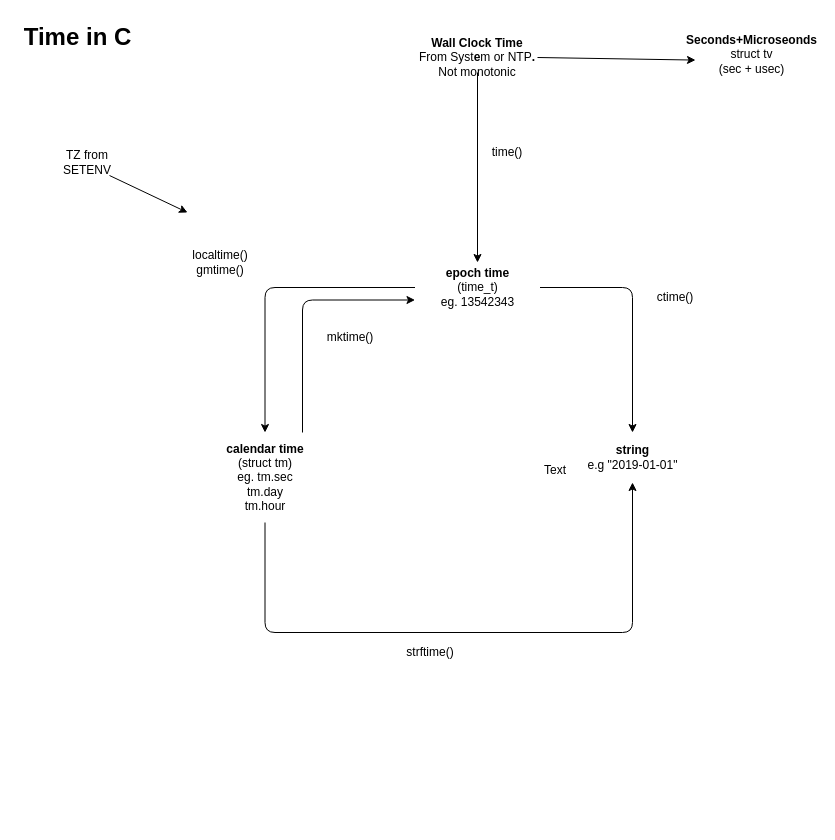
Above: Untitled Diagram.drawio in brettbeeson/esp32blobs (draw.io), before the change. Source tidied: cells renumbered, new cells numbered last; positions are measured from the earlier drawing's top-left corner, leaving out a move shared by most shapes. Both pictures are drawn from the tidied source at 100%, with x=0, y=0 at pixel (27, 17).
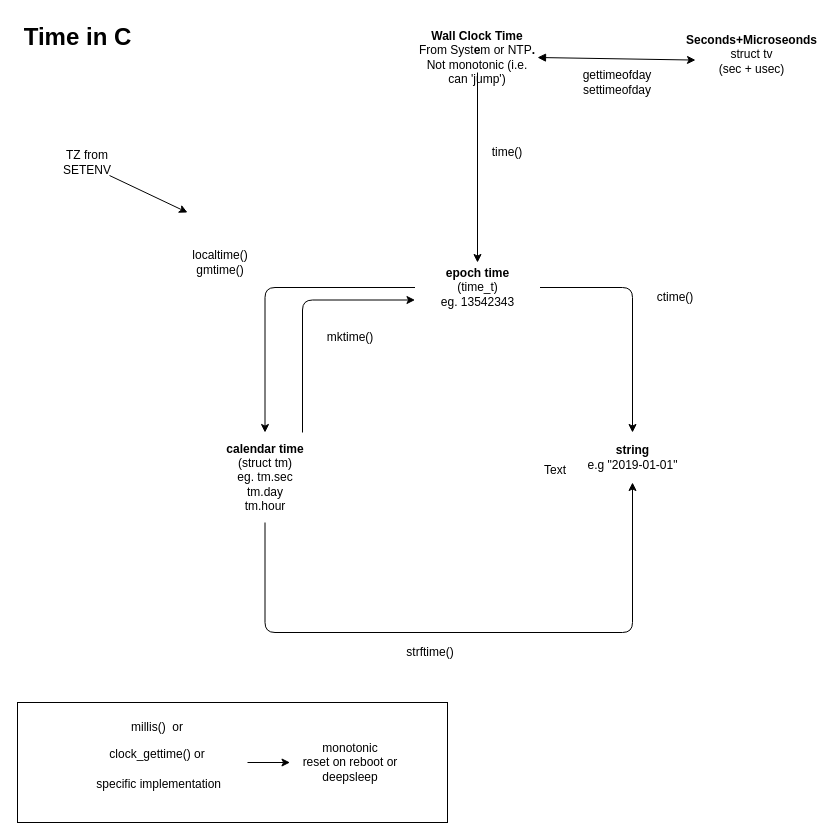
Above is the later version.

The change refers to these unchanged cells:
```xml
<mxCell id="17" value="&lt;div&gt;&lt;b&gt;Seconds+Microseonds&lt;/b&gt;&lt;br&gt;&lt;/div&gt;&lt;div&gt;struct tv&lt;/div&gt;&lt;div&gt;(sec + usec)&lt;br&gt;&lt;/div&gt;&lt;div&gt;&lt;br&gt;&lt;/div&gt;" style="text;html=1;strokeColor=none;fillColor=none;align=center;verticalAlign=middle;whiteSpace=wrap;rounded=0;" parent="1" vertex="1">
  <mxGeometry x="668" y="11" width="113" height="65" as="geometry" />
</mxCell>
```

What changed in the source:
```diff
@@
-    <mxCell id="18" value="&lt;div&gt;&lt;b&gt;Wall Clock Time&lt;/b&gt;&lt;/div&gt;&lt;div&gt;From Syst&lt;b&gt;e&lt;/b&gt;m or NTP&lt;b&gt;. &lt;br&gt;&lt;/b&gt;&lt;/div&gt;&lt;div&gt;Not monotonic&lt;br&gt;&lt;b&gt;&lt;/b&gt;&lt;/div&gt;" style="text;html=1;strokeColor=none;fillColor=none;align=center;verticalAlign=middle;whiteSpace=wrap;rounded=0;" parent="1" vertex="1">
+    <mxCell id="18" value="&lt;div&gt;&lt;b&gt;Wall Clock Time&lt;/b&gt;&lt;/div&gt;&lt;div&gt;From Syst&lt;b&gt;e&lt;/b&gt;m or NTP&lt;b&gt;. &lt;br&gt;&lt;/b&gt;&lt;/div&gt;&lt;div&gt;Not monotonic (i.e. can 'jump')&lt;br&gt;&lt;b&gt;&lt;/b&gt;&lt;/div&gt;" style="text;html=1;strokeColor=none;fillColor=none;align=center;verticalAlign=middle;whiteSpace=wrap;rounded=0;" parent="1" vertex="1">
       <mxGeometry x="390" y="25" width="120" height="30" as="geometry" />
     </mxCell>
-    <mxCell id="19" style="endArrow=classic;html=1;exitX=1;exitY=0.5;exitDx=0;exitDy=0;" parent="1" edge="1" source="18" target="17">
+    <mxCell id="19" style="endArrow=classic;html=1;exitX=1;exitY=0.5;exitDx=0;exitDy=0;startArrow=block;startFill=1;" parent="1" edge="1" source="18" target="17">
       <mxGeometry relative="1" as="geometry" />
     </mxCell>
@@
+    <mxCell id="23" value="&lt;div&gt;&lt;font face=&quot;Helvetica&quot;&gt;millis()&amp;nbsp; or &lt;br&gt;&lt;/font&gt;&lt;pre&gt;&lt;font face=&quot;Helvetica&quot;&gt;clock_gettime() or&lt;br&gt;&lt;br&gt; specific implementation&lt;br&gt;&lt;/font&gt;&lt;/pre&gt;&lt;/div&gt;" style="text;html=1;strokeColor=none;fillColor=none;align=center;verticalAlign=middle;whiteSpace=wrap;rounded=0;" parent="1" vertex="1">
+      <mxGeometry x="40" y="705" width="180" height="80" as="geometry" />
+    </mxCell>
+    <mxCell id="24" value="&lt;div&gt;monotonic&lt;/div&gt;&lt;div&gt;reset on reboot or deepsleep&lt;br&gt;&lt;/div&gt;" style="text;html=1;strokeColor=none;fillColor=none;align=center;verticalAlign=middle;whiteSpace=wrap;rounded=0;" parent="1" vertex="1">
+      <mxGeometry x="262.5" y="712.5" width="120" height="65" as="geometry" />
+    </mxCell>
+    <mxCell id="25" style="endArrow=classic;html=1;exitX=1;exitY=0.5;exitDx=0;exitDy=0;entryX=0;entryY=0.5;entryDx=0;entryDy=0;" parent="1" edge="1" source="23" target="24">
+      <mxGeometry relative="1" as="geometry" />
+    </mxCell>
+    <mxCell id="26" style="rounded=0;whiteSpace=wrap;html=1;fillColor=none;" parent="1" vertex="1">
+      <mxGeometry x="-10" y="685" width="430" height="120" as="geometry" />
+    </mxCell>
+    <mxCell id="27" value="&lt;div&gt;gettimeofday&lt;/div&gt;&lt;div&gt;settimeofday&lt;br&gt;&lt;/div&gt;" style="text;html=1;strokeColor=none;fillColor=none;align=center;verticalAlign=middle;whiteSpace=wrap;rounded=0;" parent="1" vertex="1">
+      <mxGeometry x="570" y="55" width="40" height="20" as="geometry" />
+    </mxCell>
```
